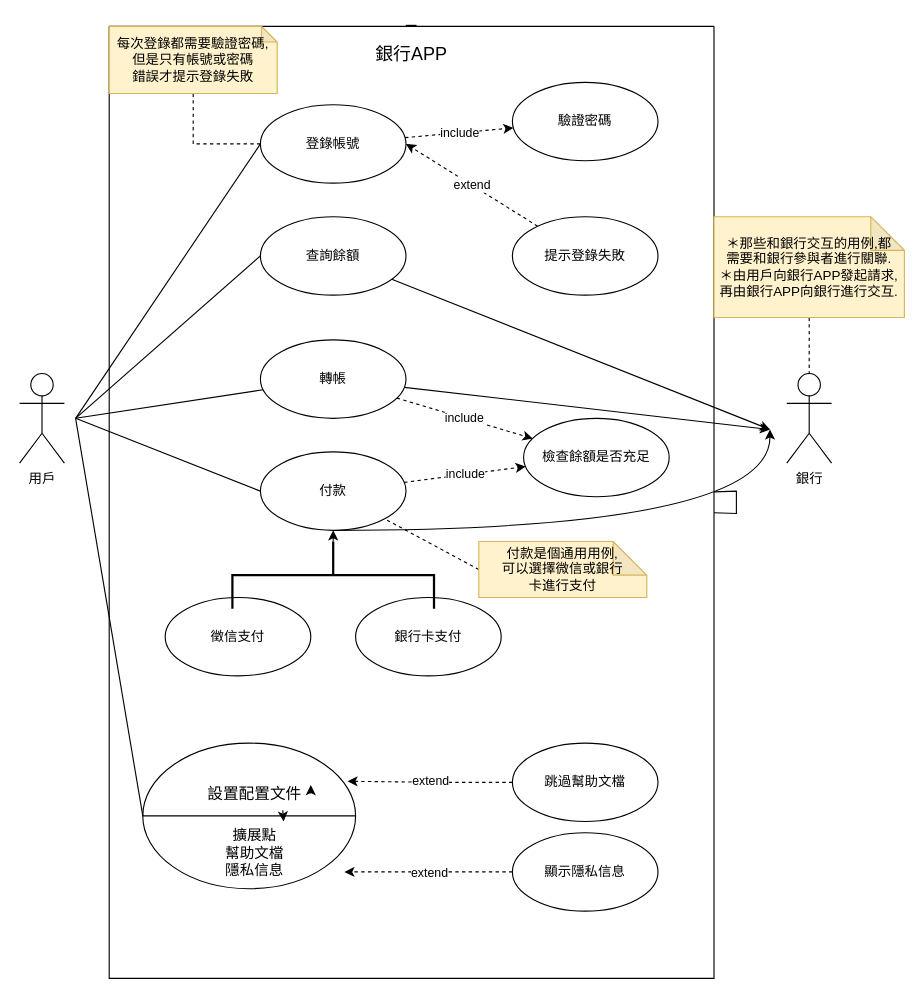
This is Interim-Report.drawio from hicojbro/10923007_Interim-Report, a draw.io file, before an edit. Source tidied: cells renumbered, new cells numbered last; positions are measured from the earlier drawing's top-left corner, leaving out a move shared by most shapes. Both pictures are drawn from the tidied source at 112%, with x=0, y=0 at pixel (19, 26).
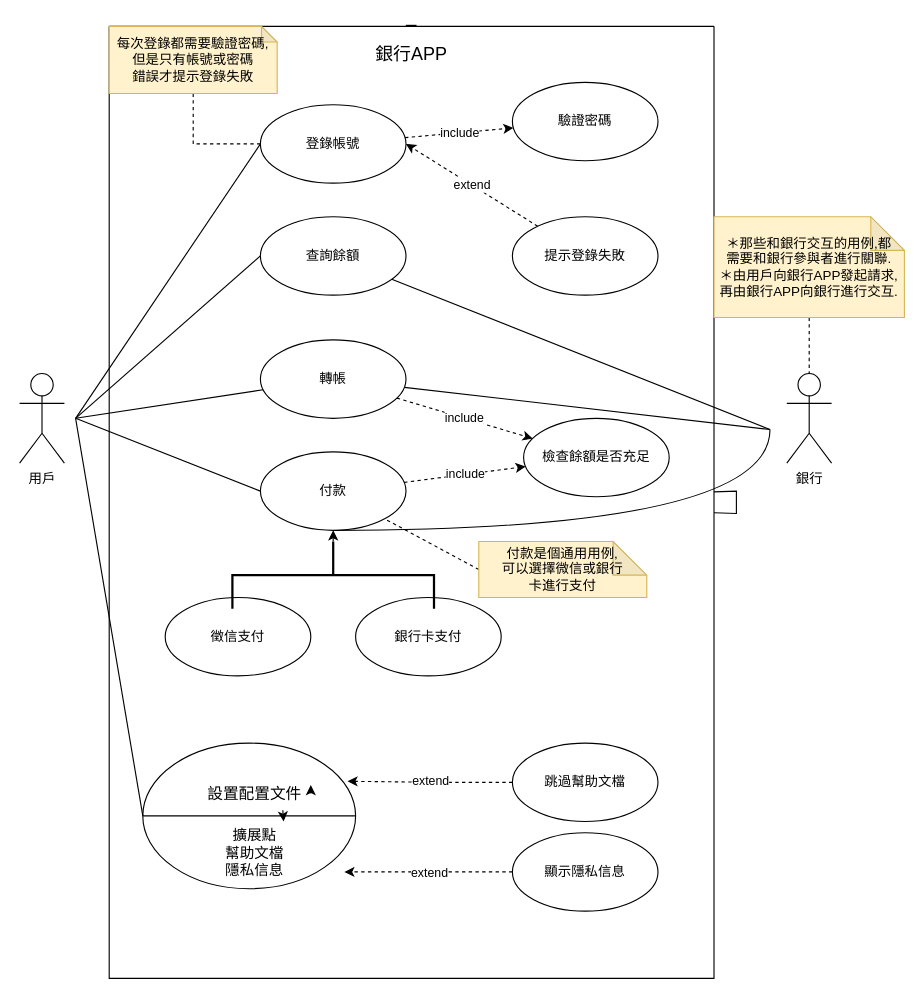
Above is the later version.

The change refers to these unchanged cells:
```xml
<mxCell id="2" value="ㄧ" style="swimlane;startSize=0;" parent="1" vertex="1">
  <mxGeometry x="80" width="540" height="850" as="geometry" />
</mxCell>
<mxCell id="7" value="查詢餘額" style="ellipse;whiteSpace=wrap;html=1;" parent="2" vertex="1">
  <mxGeometry x="135" y="170" width="130" height="70" as="geometry" />
</mxCell>
<mxCell id="10" value="轉帳" style="ellipse;whiteSpace=wrap;html=1;" parent="2" vertex="1">
  <mxGeometry x="135" y="280" width="130" height="70" as="geometry" />
</mxCell>
<mxCell id="13" value="付款" style="ellipse;whiteSpace=wrap;html=1;" parent="2" vertex="1">
  <mxGeometry x="135" y="380" width="130" height="70" as="geometry" />
</mxCell>
```

Change to the diagram source:
```diff
@@
-    <mxCell id="6" style="rounded=0;jettySize=auto;html=1;" parent="2" edge="1" source="7">
+    <mxCell id="6" style="rounded=0;jettySize=auto;html=1;endArrow=none;endFill=0;" parent="2" edge="1" source="7">
       <mxGeometry relative="1" as="geometry">
         <mxPoint x="590" y="360" as="targetPoint" />
       </mxGeometry>
     </mxCell>
@@
-    <mxCell id="9" style="rounded=0;jettySize=auto;html=1;" parent="2" edge="1" source="10">
+    <mxCell id="9" style="rounded=0;jettySize=auto;html=1;startArrow=none;startFill=0;endArrow=none;endFill=0;" parent="2" edge="1" source="10">
       <mxGeometry relative="1" as="geometry">
         <mxPoint x="590" y="360" as="targetPoint" />
       </mxGeometry>
     </mxCell>
@@
-    <mxCell id="12" style="edgeStyle=orthogonalEdgeStyle;rounded=0;jettySize=auto;html=1;curved=1;" parent="2" edge="1" source="13">
+    <mxCell id="12" style="edgeStyle=orthogonalEdgeStyle;rounded=0;jettySize=auto;html=1;curved=1;endArrow=none;endFill=0;" parent="2" edge="1" source="13">
       <mxGeometry relative="1" as="geometry">
         <mxPoint x="590" y="360" as="targetPoint" />
         <Array as="points">
           <mxPoint x="590" y="450" />
         </Array>
       </mxGeometry>
     </mxCell>
```
